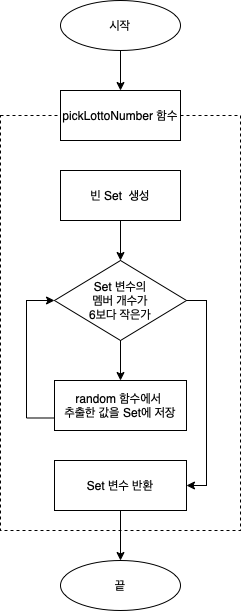
yagom-academy/swift-starter-Round2 keeps this draw.io diagram as lotto_flowChart.drawio.png. Above is the earlier version. Source tidied: cells renumbered, new cells last; positions are measured from the earlier drawing's top-left corner, leaving out a move shared by most shapes. Source of this version:
```xml
<mxGraphModel>
  <root>
    <mxCell id="0" />
    <mxCell id="1" parent="0" />
    <mxCell id="2" style="rounded=0;whiteSpace=wrap;html=1;dashed=1;" parent="1" vertex="1">
      <mxGeometry y="115" width="240" height="415" as="geometry" />
    </mxCell>
    <mxCell id="3" style="edgeStyle=orthogonalEdgeStyle;rounded=0;jettySize=auto;html=1;" parent="1" edge="1" source="4" target="5">
      <mxGeometry relative="1" as="geometry" />
    </mxCell>
    <mxCell id="4" value="시작" style="ellipse;whiteSpace=wrap;html=1;" parent="1" vertex="1">
      <mxGeometry x="60" width="120" height="50" as="geometry" />
    </mxCell>
    <mxCell id="5" value="pickLottoNumber 함수" style="rounded=0;whiteSpace=wrap;html=1;" parent="1" vertex="1">
      <mxGeometry x="60" y="90" width="120" height="50" as="geometry" />
    </mxCell>
    <mxCell id="6" style="edgeStyle=orthogonalEdgeStyle;rounded=0;jettySize=auto;html=1;" parent="1" edge="1" source="7" target="12">
      <mxGeometry relative="1" as="geometry" />
    </mxCell>
    <mxCell id="7" value="빈 Set &amp;nbsp;생성" style="rounded=0;whiteSpace=wrap;html=1;" parent="1" vertex="1">
      <mxGeometry x="60" y="170" width="120" height="50" as="geometry" />
    </mxCell>
    <mxCell id="8" style="edgeStyle=orthogonalEdgeStyle;rounded=0;jettySize=auto;html=1;entryX=0;entryY=0.5;entryDx=0;entryDy=0;exitX=0;exitY=0.75;exitDx=0;exitDy=0;" parent="1" edge="1" source="9" target="12">
      <mxGeometry relative="1" as="geometry">
        <Array as="points">
          <mxPoint x="26" y="418" />
          <mxPoint x="26" y="300" />
        </Array>
      </mxGeometry>
    </mxCell>
    <mxCell id="9" value="random 함수에서&amp;nbsp;&lt;br&gt;추출한 값을 Set에 저장" style="rounded=0;whiteSpace=wrap;html=1;" parent="1" vertex="1">
      <mxGeometry x="54" y="380" width="132" height="50" as="geometry" />
    </mxCell>
    <mxCell id="10" style="edgeStyle=orthogonalEdgeStyle;rounded=0;jettySize=auto;html=1;" parent="1" edge="1" source="12" target="9">
      <mxGeometry relative="1" as="geometry" />
    </mxCell>
    <mxCell id="11" style="edgeStyle=orthogonalEdgeStyle;rounded=0;jettySize=auto;html=1;entryX=1;entryY=0.5;entryDx=0;entryDy=0;exitX=1;exitY=0.5;exitDx=0;exitDy=0;" parent="1" edge="1" source="12" target="14">
      <mxGeometry relative="1" as="geometry">
        <Array as="points">
          <mxPoint x="206" y="300" />
          <mxPoint x="206" y="485" />
        </Array>
      </mxGeometry>
    </mxCell>
    <mxCell id="12" value="Set 변수의&lt;br&gt;멤버 개수가&lt;br&gt;6보다 작은가" style="rhombus;whiteSpace=wrap;html=1;" parent="1" vertex="1">
      <mxGeometry x="54" y="260" width="132" height="80" as="geometry" />
    </mxCell>
    <mxCell id="13" style="edgeStyle=orthogonalEdgeStyle;rounded=0;jettySize=auto;html=1;entryX=0.5;entryY=0;entryDx=0;entryDy=0;" parent="1" edge="1" source="14" target="15">
      <mxGeometry relative="1" as="geometry" />
    </mxCell>
    <mxCell id="14" value="Set 변수 반환" style="rounded=0;whiteSpace=wrap;html=1;" parent="1" vertex="1">
      <mxGeometry x="54" y="460" width="132" height="50" as="geometry" />
    </mxCell>
    <mxCell id="15" value="끝" style="ellipse;whiteSpace=wrap;html=1;" parent="1" vertex="1">
      <mxGeometry x="60" y="560" width="120" height="50" as="geometry" />
    </mxCell>
  </root>
</mxGraphModel>
```
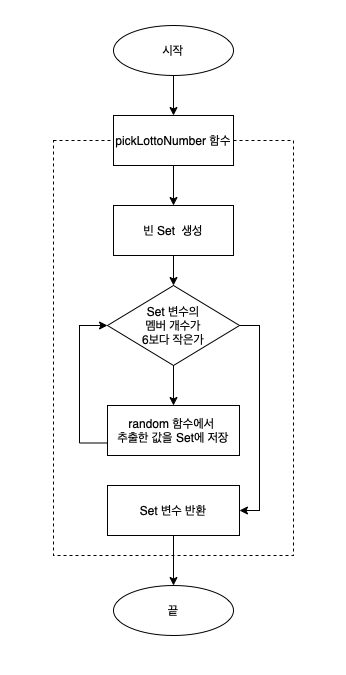
The same file after the commit.

Commit message:
flowCahrt 화살표/배경 수정

The edit, as a diff of the source:
```diff
@@ -2,6 +2,9 @@
   <root>
     <mxCell id="0" />
     <mxCell id="1" parent="0" />
+    <mxCell id="16" style="rounded=0;whiteSpace=wrap;html=1;dashed=1;strokeColor=none;strokeWidth=0;" parent="1" vertex="1">
+      <mxGeometry x="-53" y="-25" width="346" height="675" as="geometry" />
+    </mxCell>
     <mxCell id="2" style="rounded=0;whiteSpace=wrap;html=1;dashed=1;" parent="1" vertex="1">
       <mxGeometry y="115" width="240" height="415" as="geometry" />
     </mxCell>
@@ -11,6 +14,9 @@
     <mxCell id="4" value="시작" style="ellipse;whiteSpace=wrap;html=1;" parent="1" vertex="1">
       <mxGeometry x="60" width="120" height="50" as="geometry" />
     </mxCell>
+    <mxCell id="17" style="edgeStyle=orthogonalEdgeStyle;rounded=0;jettySize=auto;html=1;" parent="1" edge="1" source="5" target="7">
+      <mxGeometry relative="1" as="geometry" />
+    </mxCell>
     <mxCell id="5" value="pickLottoNumber 함수" style="rounded=0;whiteSpace=wrap;html=1;" parent="1" vertex="1">
       <mxGeometry x="60" y="90" width="120" height="50" as="geometry" />
     </mxCell>
@@ -18,7 +24,7 @@
       <mxGeometry relative="1" as="geometry" />
     </mxCell>
     <mxCell id="7" value="빈 Set &amp;nbsp;생성" style="rounded=0;whiteSpace=wrap;html=1;" parent="1" vertex="1">
-      <mxGeometry x="60" y="170" width="120" height="50" as="geometry" />
+      <mxGeometry x="60" y="180" width="120" height="50" as="geometry" />
     </mxCell>
     <mxCell id="8" style="edgeStyle=orthogonalEdgeStyle;rounded=0;jettySize=auto;html=1;entryX=0;entryY=0.5;entryDx=0;entryDy=0;exitX=0;exitY=0.75;exitDx=0;exitDy=0;" parent="1" edge="1" source="9" target="12">
       <mxGeometry relative="1" as="geometry">
```
